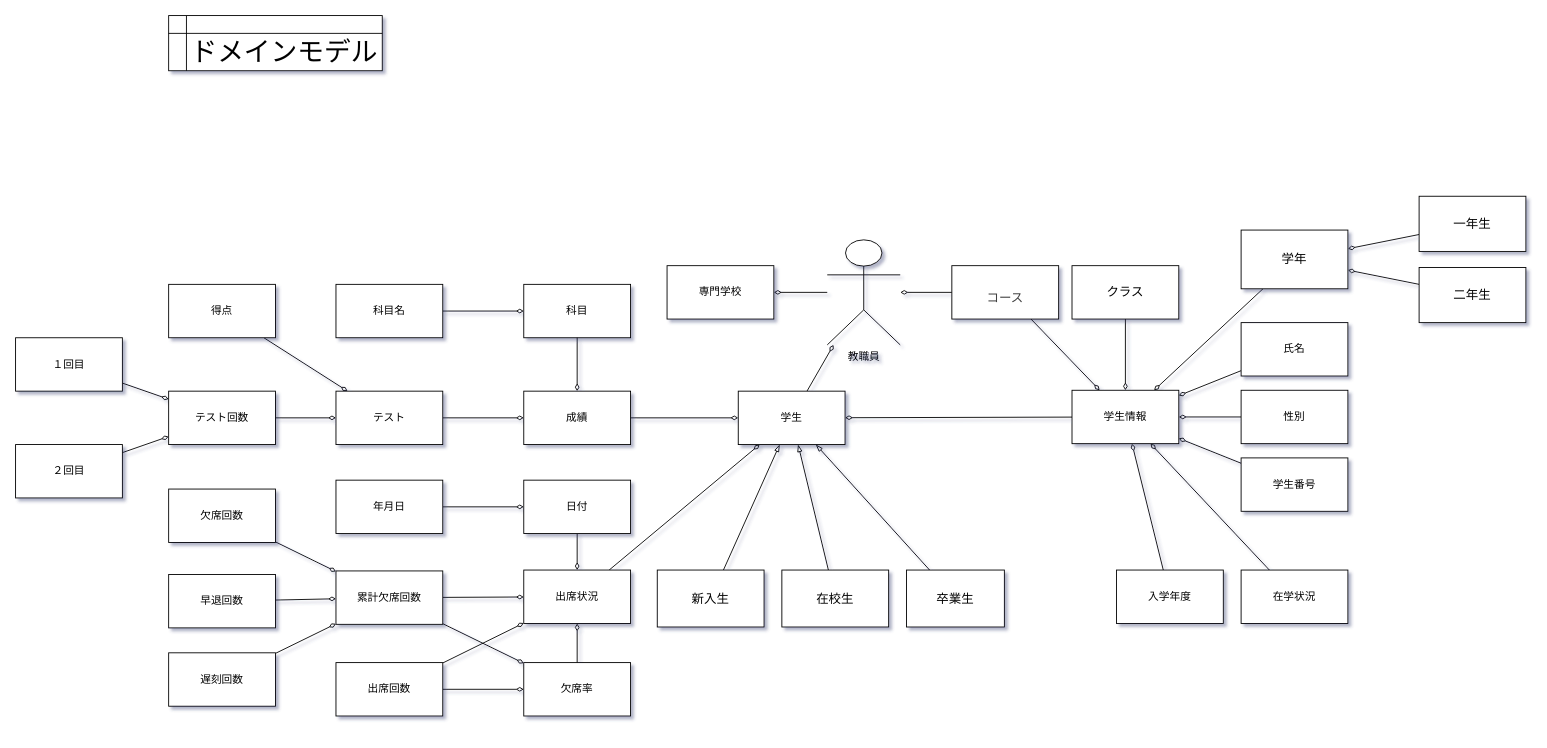
SIGESPLIDE/team_C keeps this draw.io diagram as page "ドメインモデル" (8 of 18) of rakugaki.drawio. Above is the earlier version. Source tidied: cells renumbered, new cells numbered last; positions are measured from the earlier drawing's top-left corner, leaving out a move shared by most shapes. Both pictures are drawn from the tidied source at 89%, with x=0, y=0 at pixel (15, 15).
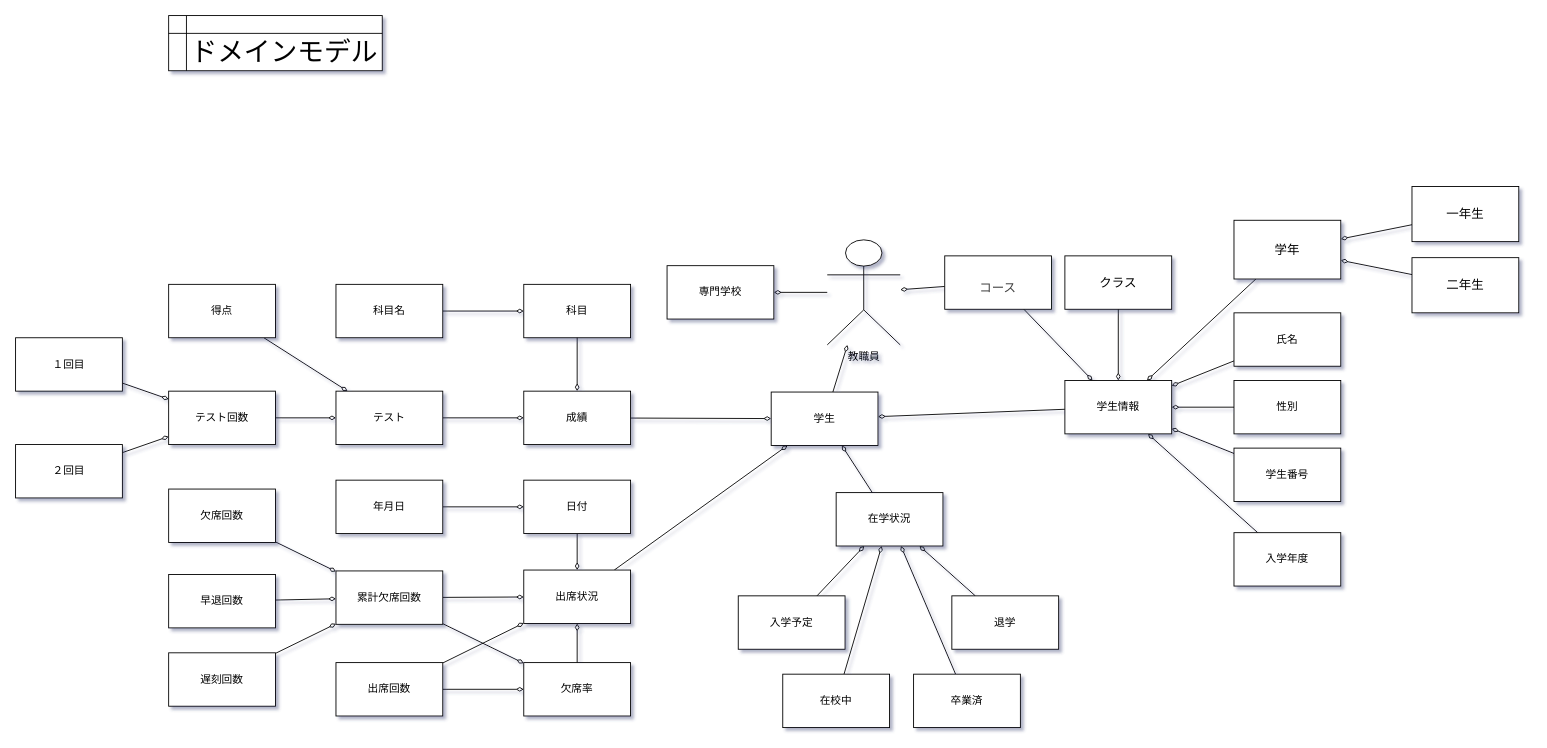
The same diagram, later.

Commit message (it also covers changes not shown here):
らくがき修正最終ファイナルEX

What changed in the source:
```diff
@@
     <mxCell id="4" value="&lt;div&gt;&lt;span style=&quot;color: rgb(63, 63, 63); font-size: 14px; background-color: transparent;&quot;&gt;コース&lt;/span&gt;&lt;/div&gt;" style="rounded=0;whiteSpace=wrap;html=1;fontSize=30;spacing=0;" parent="1" vertex="1">
-      <mxGeometry x="1052" y="281" width="120" height="60" as="geometry" />
+      <mxGeometry x="1044" y="270" width="120" height="60" as="geometry" />
     </mxCell>
@@
     <mxCell id="6" value="学年" style="rounded=0;whiteSpace=wrap;html=1;fontSize=14;" parent="1" vertex="1">
-      <mxGeometry x="1377" y="241" width="120" height="66" as="geometry" />
+      <mxGeometry x="1369" y="230" width="120" height="66" as="geometry" />
     </mxCell>
@@
     <mxCell id="8" value="クラス" style="rounded=0;whiteSpace=wrap;html=1;fontSize=14;" parent="1" vertex="1">
-      <mxGeometry x="1187" y="281" width="120" height="60" as="geometry" />
+      <mxGeometry x="1179" y="270" width="120" height="60" as="geometry" />
     </mxCell>
@@
     <mxCell id="10" value="一年生" style="rounded=0;whiteSpace=wrap;html=1;fontSize=14;" parent="1" vertex="1">
-      <mxGeometry x="1577" y="203" width="120" height="62" as="geometry" />
+      <mxGeometry x="1569" y="192" width="120" height="62" as="geometry" />
     </mxCell>
@@
     <mxCell id="12" value="二年生" style="rounded=0;whiteSpace=wrap;html=1;fontSize=14;" parent="1" vertex="1">
-      <mxGeometry x="1577" y="283" width="120" height="62" as="geometry" />
+      <mxGeometry x="1569" y="272" width="120" height="62" as="geometry" />
     </mxCell>
@@
-    <mxCell id="25" style="rounded=0;jettySize=auto;html=1;endArrow=diamondThin;endFill=0;" parent="1" edge="1" source="26" target="62">
-      <mxGeometry relative="1" as="geometry" />
-    </mxCell>
+    <mxCell id="74" style="edgeStyle=none;html=1;endArrow=diamondThin;endFill=0;" parent="1" edge="1" source="26" target="35">
+      <mxGeometry relative="1" as="geometry" />
+    </mxCell>
     <mxCell id="26" value="在学状況" style="rounded=0;whiteSpace=wrap;html=1;" parent="1" vertex="1">
-      <mxGeometry x="1377" y="623" width="120" height="60" as="geometry" />
+      <mxGeometry x="922" y="536" width="120" height="60" as="geometry" />
     </mxCell>
@@
-    <mxCell id="33" style="rounded=0;jettySize=auto;html=1;endArrow=blockThin;endFill=0;" parent="1" edge="1" source="36" target="35">
-      <mxGeometry relative="1" as="geometry" />
-    </mxCell>
-    <mxCell id="34" style="rounded=0;orthogonalLoop=1;jettySize=auto;html=1;exitX=0;exitY=0;exitDx=0;exitDy=0;" parent="1" edge="1" source="38" target="38">
-      <mxGeometry relative="1" as="geometry" />
+    <mxCell id="34" style="rounded=0;orthogonalLoop=1;jettySize=auto;html=1;exitX=0;exitY=0;exitDx=0;exitDy=0;" parent="1" edge="1">
+      <mxGeometry relative="1" as="geometry">
+        <mxPoint x="941.5" y="535" as="sourcePoint" />
+        <mxPoint x="941.5" y="535" as="targetPoint" />
+      </mxGeometry>
     </mxCell>
     <mxCell id="35" value="学生" style="whiteSpace=wrap;html=1;" parent="1" vertex="1">
-      <mxGeometry x="812" y="422" width="120" height="60" as="geometry" />
+      <mxGeometry x="849" y="423" width="120" height="60" as="geometry" />
     </mxCell>
-    <mxCell id="36" value="在校生" style="whiteSpace=wrap;html=1;fontSize=14;" parent="1" vertex="1">
-      <mxGeometry x="861" y="623" width="120" height="64" as="geometry" />
-    </mxCell>
-    <mxCell id="37" style="rounded=0;jettySize=auto;html=1;endArrow=blockThin;endFill=0;" parent="1" edge="1" source="38" target="35">
-      <mxGeometry relative="1" as="geometry" />
-    </mxCell>
-    <mxCell id="38" value="卒業生" style="whiteSpace=wrap;html=1;fontSize=14;" parent="1" vertex="1">
-      <mxGeometry x="1001" y="623" width="110" height="64" as="geometry" />
-    </mxCell>
@@
     <mxCell id="41" value="氏名" style="whiteSpace=wrap;html=1;" parent="1" vertex="1">
-      <mxGeometry x="1377" y="345" width="120" height="60" as="geometry" />
+      <mxGeometry x="1369" y="334" width="120" height="60" as="geometry" />
     </mxCell>
@@
     <mxCell id="43" value="性別" style="whiteSpace=wrap;html=1;" parent="1" vertex="1">
-      <mxGeometry x="1377" y="421" width="120" height="60" as="geometry" />
+      <mxGeometry x="1369" y="410" width="120" height="60" as="geometry" />
     </mxCell>
@@
     <mxCell id="45" value="学生番号" style="whiteSpace=wrap;html=1;" parent="1" vertex="1">
-      <mxGeometry x="1377" y="497" width="120" height="60" as="geometry" />
+      <mxGeometry x="1369" y="486" width="120" height="60" as="geometry" />
     </mxCell>
@@
     <mxCell id="47" value="入学年度" style="whiteSpace=wrap;html=1;" parent="1" vertex="1">
-      <mxGeometry x="1237" y="623" width="120" height="60" as="geometry" />
+      <mxGeometry x="1369" y="581" width="120" height="60" as="geometry" />
     </mxCell>
@@
     <mxCell id="62" value="学生情報" style="whiteSpace=wrap;html=1;" parent="1" vertex="1">
-      <mxGeometry x="1187" y="421" width="120" height="60" as="geometry" />
+      <mxGeometry x="1179" y="410" width="120" height="60" as="geometry" />
     </mxCell>
-    <mxCell id="63" style="rounded=0;jettySize=auto;html=1;endArrow=blockThin;endFill=0;" parent="1" edge="1" source="64" target="35">
-      <mxGeometry relative="1" as="geometry" />
-    </mxCell>
-    <mxCell id="64" value="新入生" style="whiteSpace=wrap;html=1;fontSize=14;" parent="1" vertex="1">
-      <mxGeometry x="721" y="623" width="120" height="64" as="geometry" />
-    </mxCell>
@@
+    <mxCell id="75" style="edgeStyle=none;html=1;endArrow=diamondThin;endFill=0;" parent="1" edge="1" source="76" target="26">
+      <mxGeometry relative="1" as="geometry" />
+    </mxCell>
+    <mxCell id="76" value="入学予定" style="rounded=0;whiteSpace=wrap;html=1;" parent="1" vertex="1">
+      <mxGeometry x="812" y="652" width="120" height="60" as="geometry" />
+    </mxCell>
+    <mxCell id="77" style="edgeStyle=none;html=1;endArrow=diamondThin;endFill=0;" parent="1" edge="1" source="78" target="26">
+      <mxGeometry relative="1" as="geometry" />
+    </mxCell>
+    <mxCell id="78" value="在校中" style="rounded=0;whiteSpace=wrap;html=1;" parent="1" vertex="1">
+      <mxGeometry x="862" y="740" width="120" height="60" as="geometry" />
+    </mxCell>
+    <mxCell id="79" style="edgeStyle=none;html=1;endArrow=diamondThin;endFill=0;" parent="1" edge="1" source="80" target="26">
+      <mxGeometry relative="1" as="geometry" />
+    </mxCell>
+    <mxCell id="80" value="卒業済" style="rounded=0;whiteSpace=wrap;html=1;" parent="1" vertex="1">
+      <mxGeometry x="1009" y="740" width="120" height="60" as="geometry" />
+    </mxCell>
+    <mxCell id="81" style="edgeStyle=none;html=1;endArrow=diamondThin;endFill=0;" parent="1" edge="1" source="82" target="26">
+      <mxGeometry relative="1" as="geometry" />
+    </mxCell>
+    <mxCell id="82" value="退学" style="rounded=0;whiteSpace=wrap;html=1;" parent="1" vertex="1">
+      <mxGeometry x="1052" y="652" width="120" height="60" as="geometry" />
+    </mxCell>
```
